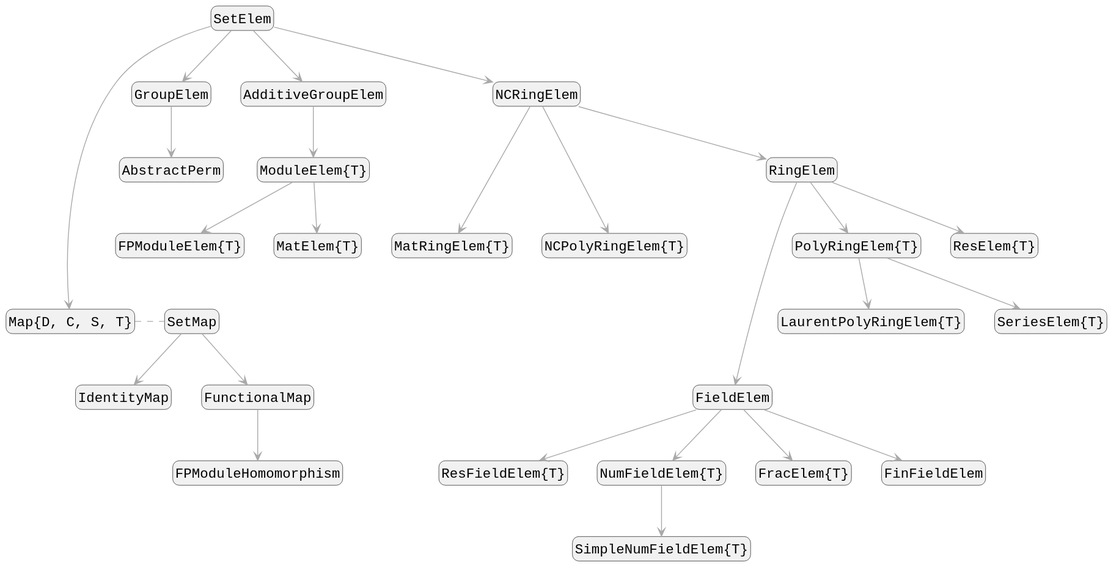
The PlantUML diagram docs/src/assets/elements_diagram.svg in Nemocas/AbstractAlgebra.jl, before a commit.
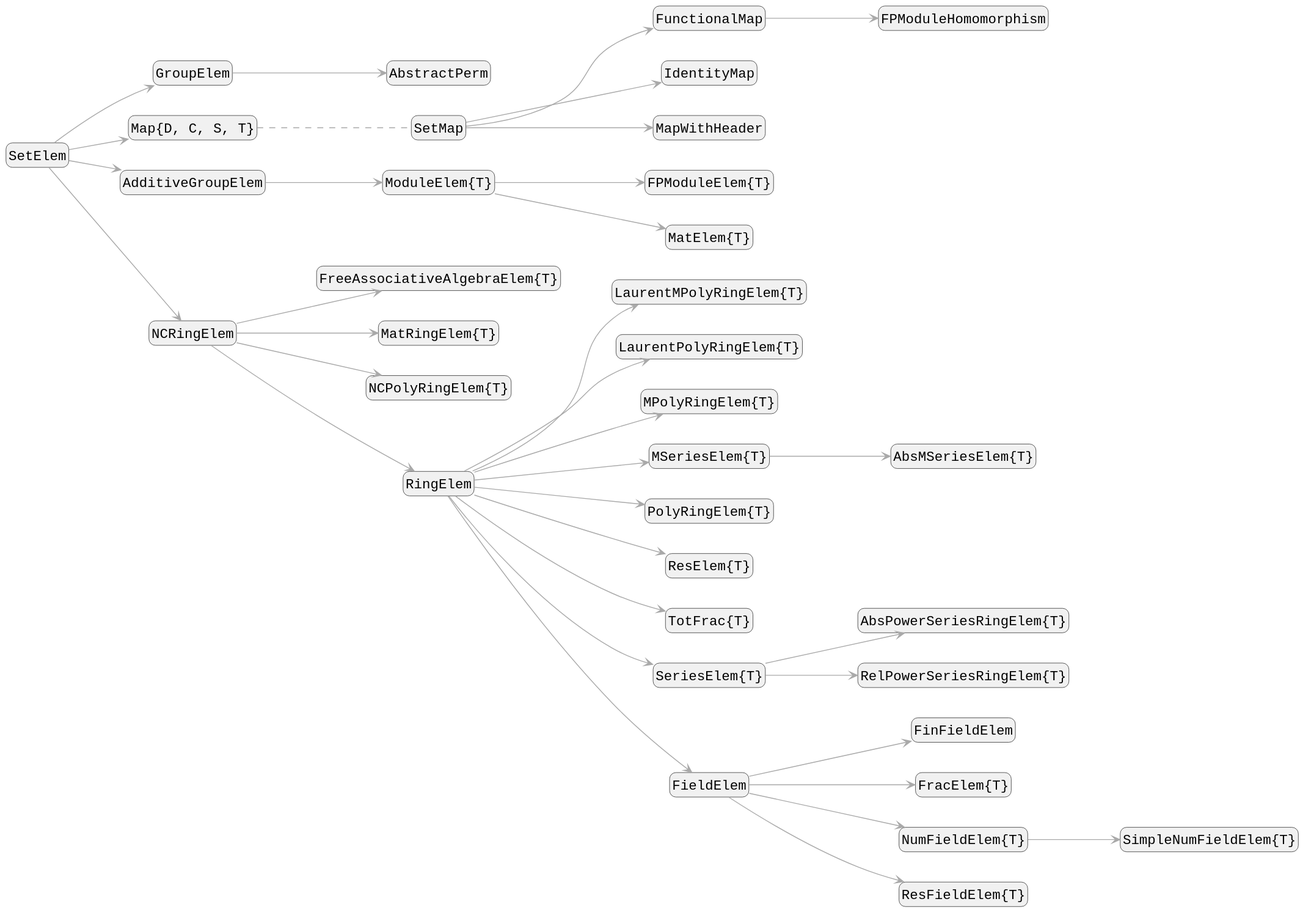
Above is the later version.

Commit message:
Derive the type diagrams from the loaded package (#2549)

Change to the diagram source:
```diff
@@ -4,38 +4,44 @@
 skinparam defaultFontSize 16
 skinparam objectArrowColor DarkGray
 skinparam RoundCorner 15
+left to right direction
 
-"SetElem" -down----> "Map{D, C, S, T}"
-"Map{D, C, S, T}" .right. "SetMap"
-"SetMap" -down-> "IdentityMap"
-"SetMap" -down-> "FunctionalMap"
-"FunctionalMap" -down-> "FPModuleHomomorphism"
+"SetElem" --> "GroupElem"
+"GroupElem" --> "AbstractPerm"
+"SetElem" --> "Map{D, C, S, T}"
+"SetElem" --> "AdditiveGroupElem"
+"AdditiveGroupElem" --> "ModuleElem{T}"
+"ModuleElem{T}" --> "FPModuleElem{T}"
+"ModuleElem{T}" --> "MatElem{T}"
+"SetElem" --> "NCRingElem"
+"NCRingElem" --> "FreeAssociativeAlgebraElem{T}"
+"NCRingElem" --> "MatRingElem{T}"
+"NCRingElem" --> "NCPolyRingElem{T}"
+"NCRingElem" --> "RingElem"
+"RingElem" --> "LaurentMPolyRingElem{T}"
+"RingElem" --> "LaurentPolyRingElem{T}"
+"RingElem" --> "MPolyRingElem{T}"
+"RingElem" --> "MSeriesElem{T}"
+"MSeriesElem{T}" --> "AbsMSeriesElem{T}"
+"RingElem" --> "PolyRingElem{T}"
+"RingElem" --> "ResElem{T}"
+"RingElem" --> "TotFrac{T}"
+"RingElem" --> "SeriesElem{T}"
+"SeriesElem{T}" --> "AbsPowerSeriesRingElem{T}"
+"SeriesElem{T}" --> "RelPowerSeriesRingElem{T}"
+"RingElem" --> "FieldElem"
+"FieldElem" --> "FinFieldElem"
+"FieldElem" --> "FracElem{T}"
+"FieldElem" --> "NumFieldElem{T}"
+"NumFieldElem{T}" --> "SimpleNumFieldElem{T}"
+"FieldElem" --> "ResFieldElem{T}"
 
-"SetElem" -down-> "GroupElem"
-"GroupElem" -down-> "AbstractPerm"
+"SetMap" --> "FunctionalMap"
+"FunctionalMap" --> "FPModuleHomomorphism"
+"SetMap" --> "IdentityMap"
+"SetMap" --> "MapWithHeader"
 
-"SetElem" -down-> "AdditiveGroupElem"
-"AdditiveGroupElem" -down-> "ModuleElem{T}"
-"ModuleElem{T}" -down-> "FPModuleElem{T}"
-"ModuleElem{T}" -down-> "MatElem{T}"
-
-"SetElem" -down-> "NCRingElem"
-"NCRingElem" -down--> "MatRingElem{T}"
-"NCRingElem" -down--> "NCPolyRingElem{T}"
-"NCRingElem" -down-> "RingElem"
-
-"RingElem" -down-> "PolyRingElem{T}"
-"PolyRingElem{T}" -down-> "SeriesElem{T}"
-"PolyRingElem{T}" -down-> "LaurentPolyRingElem{T}"
-"RingElem" -down-> "ResElem{T}"
-"RingElem" -down---> "FieldElem"
-
-"FieldElem" -down-> "FinFieldElem"
-"FieldElem" -down-> "ResFieldElem{T}"
-"FieldElem" -down-> "NumFieldElem{T}"
-"NumFieldElem{T}" -down-> "SimpleNumFieldElem{T}"
-"FieldElem" -down-> "FracElem{T}"
-
+"Map{D, C, S, T}" .. "SetMap"
 hide members
 hide circle
 @enduml
```
